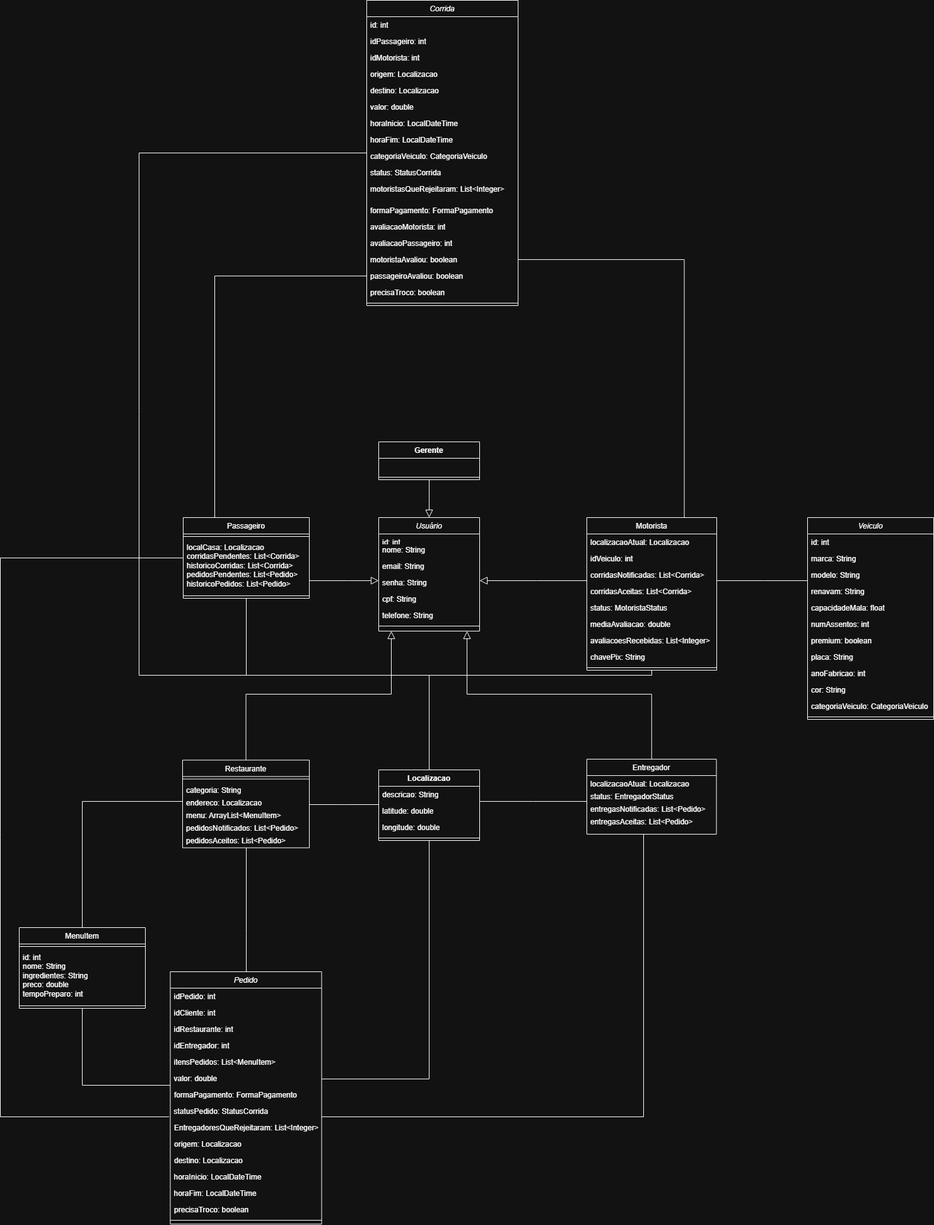
This is documentação/DiagramaClasse.drawio.png from LucasnProg/UberPB, a draw.io export, as it was before one commit. Source tidied: cells renumbered, new cells last; positions are measured from the earlier drawing's top-left corner, leaving out a move shared by most shapes.
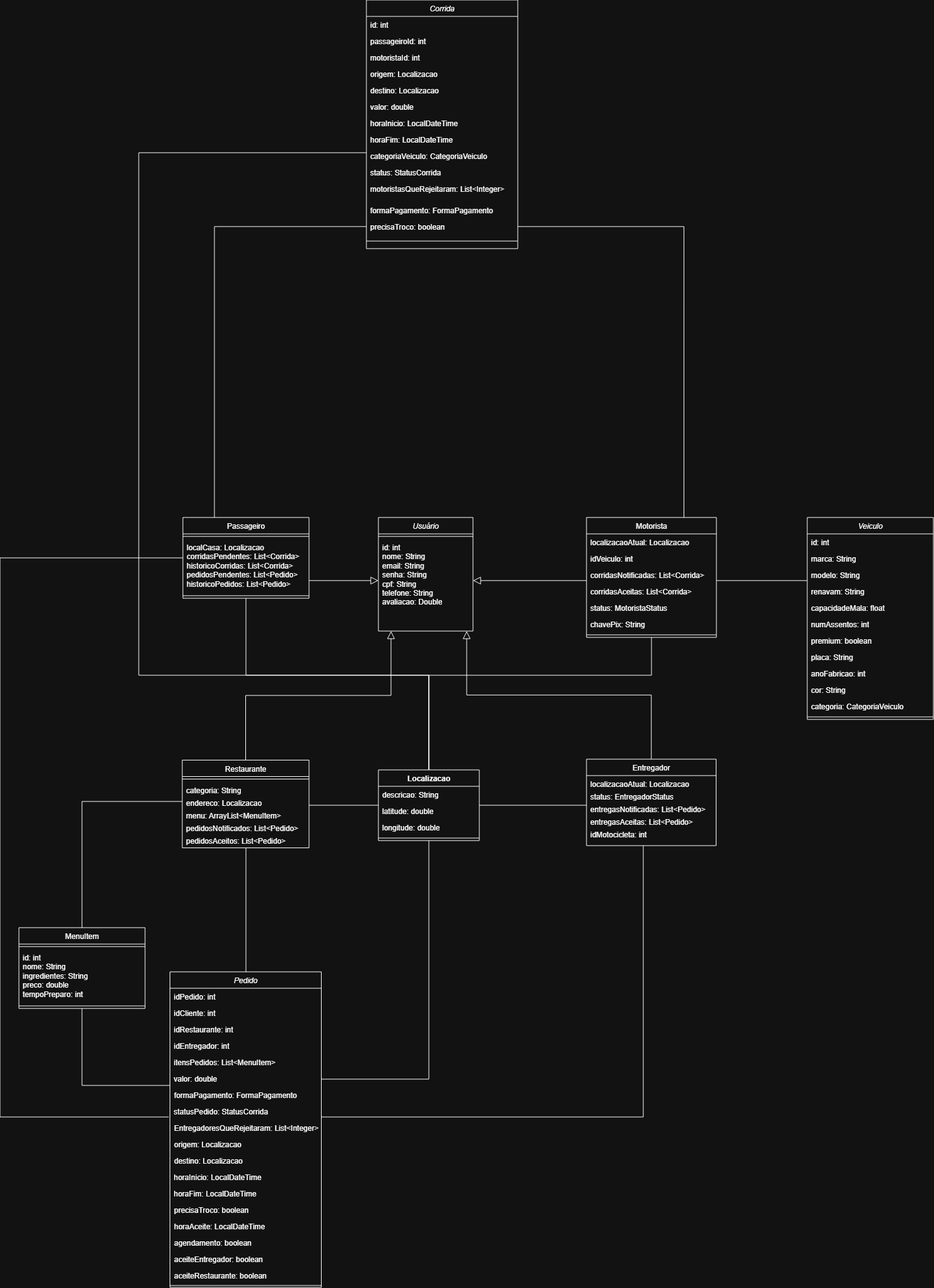
After the commit.

The edit, as a diff of the source:
```diff
@@ -24,29 +24,14 @@
       <mxGeometry y="114" width="201" height="16" as="geometry" />
     </mxCell>
     <mxCell id="9" value="Usuário" style="swimlane;fontStyle=2;align=center;verticalAlign=top;horizontal=1;startSize=26;rounded=0;shadow=0;strokeWidth=1;" parent="1" vertex="1">
-      <mxGeometry x="600" y="820" width="160" height="180" as="geometry" />
+      <mxGeometry x="600" y="820" width="150" height="180" as="geometry" />
     </mxCell>
-    <mxCell id="10" value="id: int" style="text;align=left;verticalAlign=top;spacingLeft=4;spacingRight=4;overflow=hidden;" parent="9" vertex="1">
-      <mxGeometry y="26" width="160" height="12" as="geometry" />
-    </mxCell>
-    <mxCell id="11" value="nome: String" style="text;align=left;verticalAlign=top;spacingLeft=4;spacingRight=4;overflow=hidden;rounded=0;shadow=0;html=0;" parent="9" vertex="1">
-      <mxGeometry y="38" width="160" height="26" as="geometry" />
-    </mxCell>
-    <mxCell id="12" value="email: String" style="text;align=left;verticalAlign=top;spacingLeft=4;spacingRight=4;overflow=hidden;rounded=0;shadow=0;html=0;" parent="9" vertex="1">
-      <mxGeometry y="64" width="160" height="26" as="geometry" />
-    </mxCell>
-    <mxCell id="13" value="senha: String" style="text;align=left;verticalAlign=top;spacingLeft=4;spacingRight=4;overflow=hidden;rounded=0;shadow=0;html=0;" parent="9" vertex="1">
-      <mxGeometry y="90" width="160" height="26" as="geometry" />
-    </mxCell>
-    <mxCell id="14" value="cpf: String" style="text;align=left;verticalAlign=top;spacingLeft=4;spacingRight=4;overflow=hidden;rounded=0;shadow=0;html=0;" parent="9" vertex="1">
-      <mxGeometry y="116" width="160" height="26" as="geometry" />
-    </mxCell>
-    <mxCell id="15" value="telefone: String" style="text;align=left;verticalAlign=top;spacingLeft=4;spacingRight=4;overflow=hidden;rounded=0;shadow=0;html=0;" parent="9" vertex="1">
-      <mxGeometry y="142" width="160" height="26" as="geometry" />
-    </mxCell>
     <mxCell id="16" style="line;html=1;strokeWidth=1;align=left;verticalAlign=middle;spacingTop=-1;spacingLeft=3;spacingRight=3;labelPosition=right;" parent="9" vertex="1">
-      <mxGeometry y="168" width="160" height="8" as="geometry" />
+      <mxGeometry y="26" width="150" height="8" as="geometry" />
     </mxCell>
+    <mxCell id="115" value="id: int&lt;div&gt;nome: String&lt;/div&gt;&lt;div&gt;email: String&lt;/div&gt;&lt;div&gt;senha: String&lt;/div&gt;&lt;div&gt;cpf: String&lt;/div&gt;&lt;div&gt;telefone: String&lt;/div&gt;&lt;div&gt;avaliacao: Double&lt;/div&gt;&lt;div&gt;&lt;br&gt;&lt;/div&gt;" style="text;strokeColor=none;fillColor=none;align=left;verticalAlign=top;spacingLeft=4;spacingRight=4;overflow=hidden;whiteSpace=wrap;html=1;" parent="9" vertex="1">
+      <mxGeometry y="34" width="150" height="146" as="geometry" />
+    </mxCell>
     <mxCell id="17" value="Passageiro" style="swimlane;fontStyle=0;align=center;verticalAlign=top;horizontal=1;startSize=26;rounded=0;shadow=0;strokeWidth=1;" parent="1" vertex="1">
       <mxGeometry x="290" y="820" width="200" height="128" as="geometry" />
     </mxCell>
@@ -67,7 +52,7 @@
       </mxGeometry>
     </mxCell>
     <mxCell id="22" value="Motorista" style="swimlane;fontStyle=0;align=center;verticalAlign=top;horizontal=1;startSize=26;rounded=0;shadow=0;strokeWidth=1;" parent="1" vertex="1">
-      <mxGeometry x="930" y="820" width="206" height="242" as="geometry" />
+      <mxGeometry x="930" y="820" width="206" height="190" as="geometry" />
     </mxCell>
     <mxCell id="23" value="localizacaoAtual: Localizacao" style="text;align=left;verticalAlign=top;spacingLeft=4;spacingRight=4;overflow=hidden;" parent="22" vertex="1">
       <mxGeometry y="26" width="206" height="26" as="geometry" />
@@ -84,31 +69,22 @@
     <mxCell id="27" value="status: MotoristaStatus" style="text;strokeColor=none;fillColor=none;align=left;verticalAlign=top;spacingLeft=4;spacingRight=4;overflow=hidden;whiteSpace=wrap;html=1;" parent="22" vertex="1">
       <mxGeometry y="130" width="206" height="26" as="geometry" />
     </mxCell>
-    <mxCell id="28" value="mediaAvaliacao: double" style="text;strokeColor=none;fillColor=none;align=left;verticalAlign=top;spacingLeft=4;spacingRight=4;overflow=hidden;whiteSpace=wrap;html=1;" parent="22" vertex="1">
-      <mxGeometry y="156" width="206" height="26" as="geometry" />
-    </mxCell>
-    <mxCell id="29" value="avaliacoesRecebidas: List&amp;lt;Integer&amp;gt;" style="text;strokeColor=none;fillColor=none;align=left;verticalAlign=top;spacingLeft=4;spacingRight=4;overflow=hidden;whiteSpace=wrap;html=1;" parent="22" vertex="1">
-      <mxGeometry y="182" width="206" height="26" as="geometry" />
-    </mxCell>
     <mxCell id="30" value="chavePix: String" style="text;strokeColor=none;fillColor=none;align=left;verticalAlign=top;spacingLeft=4;spacingRight=4;overflow=hidden;whiteSpace=wrap;html=1;" parent="22" vertex="1">
-      <mxGeometry y="208" width="206" height="26" as="geometry" />
+      <mxGeometry y="156" width="206" height="26" as="geometry" />
     </mxCell>
     <mxCell id="31" style="line;html=1;strokeWidth=1;align=left;verticalAlign=middle;spacingTop=-1;spacingLeft=3;spacingRight=3;labelPosition=right;" parent="22" vertex="1">
-      <mxGeometry y="234" width="206" height="8" as="geometry" />
+      <mxGeometry y="182" width="206" height="8" as="geometry" />
     </mxCell>
-    <mxCell id="32" style="endArrow=block;endSize=10;endFill=0;shadow=0;strokeWidth=1;rounded=0;curved=0;edgeStyle=elbowEdgeStyle;elbow=vertical;" parent="1" edge="1" source="72" target="9">
-      <mxGeometry relative="1" as="geometry" />
-    </mxCell>
     <mxCell id="33" value="Corrida" style="swimlane;fontStyle=2;align=center;verticalAlign=top;horizontal=1;startSize=26;rounded=0;shadow=0;strokeWidth=1;" parent="1" vertex="1">
-      <mxGeometry x="581" width="240" height="484" as="geometry" />
+      <mxGeometry x="581" width="240" height="394" as="geometry" />
     </mxCell>
     <mxCell id="34" value="id: int" style="text;align=left;verticalAlign=top;spacingLeft=4;spacingRight=4;overflow=hidden;" parent="33" vertex="1">
       <mxGeometry y="26" width="240" height="26" as="geometry" />
     </mxCell>
-    <mxCell id="35" value="idPassageiro: int" style="text;align=left;verticalAlign=top;spacingLeft=4;spacingRight=4;overflow=hidden;rounded=0;shadow=0;html=0;" parent="33" vertex="1">
+    <mxCell id="35" value="passageiroId: int" style="text;align=left;verticalAlign=top;spacingLeft=4;spacingRight=4;overflow=hidden;rounded=0;shadow=0;html=0;" parent="33" vertex="1">
       <mxGeometry y="52" width="240" height="26" as="geometry" />
     </mxCell>
-    <mxCell id="36" value="idMotorista: int" style="text;align=left;verticalAlign=top;spacingLeft=4;spacingRight=4;overflow=hidden;rounded=0;shadow=0;html=0;" parent="33" vertex="1">
+    <mxCell id="36" value="motoristaId: int" style="text;align=left;verticalAlign=top;spacingLeft=4;spacingRight=4;overflow=hidden;rounded=0;shadow=0;html=0;" parent="33" vertex="1">
       <mxGeometry y="78" width="240" height="26" as="geometry" />
     </mxCell>
     <mxCell id="37" value="origem: Localizacao" style="text;align=left;verticalAlign=top;spacingLeft=4;spacingRight=4;overflow=hidden;rounded=0;shadow=0;html=0;" parent="33" vertex="1">
@@ -138,23 +114,11 @@
     <mxCell id="45" value="formaPagamento: FormaPagamento" style="text;strokeColor=none;fillColor=none;align=left;verticalAlign=top;spacingLeft=4;spacingRight=4;overflow=hidden;whiteSpace=wrap;html=1;" parent="33" vertex="1">
       <mxGeometry y="320" width="240" height="26" as="geometry" />
     </mxCell>
-    <mxCell id="46" value="avaliacaoMotorista: int" style="text;strokeColor=none;fillColor=none;align=left;verticalAlign=top;spacingLeft=4;spacingRight=4;overflow=hidden;whiteSpace=wrap;html=1;" parent="33" vertex="1">
-      <mxGeometry y="346" width="240" height="26" as="geometry" />
-    </mxCell>
-    <mxCell id="47" value="avaliacaoPassageiro: int" style="text;strokeColor=none;fillColor=none;align=left;verticalAlign=top;spacingLeft=4;spacingRight=4;overflow=hidden;whiteSpace=wrap;html=1;" parent="33" vertex="1">
-      <mxGeometry y="372" width="240" height="26" as="geometry" />
-    </mxCell>
-    <mxCell id="48" value="motoristaAvaliou: boolean" style="text;strokeColor=none;fillColor=none;align=left;verticalAlign=top;spacingLeft=4;spacingRight=4;overflow=hidden;points=[[0,0.5],[1,0.5]];portConstraint=eastwest;whiteSpace=wrap;html=1;" parent="33" vertex="1">
-      <mxGeometry y="398" width="240" height="26" as="geometry" />
-    </mxCell>
-    <mxCell id="49" value="passageiroAvaliou: boolean" style="text;strokeColor=none;fillColor=none;align=left;verticalAlign=top;spacingLeft=4;spacingRight=4;overflow=hidden;points=[[0,0.5],[1,0.5]];portConstraint=eastwest;whiteSpace=wrap;html=1;" parent="33" vertex="1">
-      <mxGeometry y="424" width="240" height="26" as="geometry" />
-    </mxCell>
     <mxCell id="50" value="precisaTroco: boolean" style="text;strokeColor=none;fillColor=none;align=left;verticalAlign=top;spacingLeft=4;spacingRight=4;overflow=hidden;whiteSpace=wrap;html=1;" parent="33" vertex="1">
-      <mxGeometry y="450" width="240" height="26" as="geometry" />
+      <mxGeometry y="346" width="240" height="24" as="geometry" />
     </mxCell>
     <mxCell id="51" style="line;html=1;strokeWidth=1;align=left;verticalAlign=middle;spacingTop=-1;spacingLeft=3;spacingRight=3;labelPosition=right;" parent="33" vertex="1">
-      <mxGeometry y="476" width="240" height="8" as="geometry" />
+      <mxGeometry y="370" width="240" height="24" as="geometry" />
     </mxCell>
     <mxCell id="52" value="Veiculo" style="swimlane;fontStyle=2;align=center;verticalAlign=top;horizontal=1;startSize=26;rounded=0;shadow=0;strokeWidth=1;" parent="1" vertex="1">
       <mxGeometry x="1280" y="820" width="200" height="320" as="geometry" />
@@ -189,7 +153,7 @@
     <mxCell id="62" value="cor: String" style="text;align=left;verticalAlign=top;spacingLeft=4;spacingRight=4;overflow=hidden;rounded=0;shadow=0;html=0;" parent="52" vertex="1">
       <mxGeometry y="260" width="200" height="26" as="geometry" />
     </mxCell>
-    <mxCell id="63" value="categoriaVeiculo: CategoriaVeiculo" style="text;align=left;verticalAlign=top;spacingLeft=4;spacingRight=4;overflow=hidden;rounded=0;shadow=0;html=0;" parent="52" vertex="1">
+    <mxCell id="63" value="categoria: CategoriaVeiculo" style="text;align=left;verticalAlign=top;spacingLeft=4;spacingRight=4;overflow=hidden;rounded=0;shadow=0;html=0;" parent="52" vertex="1">
       <mxGeometry y="286" width="200" height="26" as="geometry" />
     </mxCell>
     <mxCell id="64" style="line;html=1;strokeWidth=1;align=left;verticalAlign=middle;spacingTop=-1;spacingLeft=3;spacingRight=3;labelPosition=right;" parent="52" vertex="1">
@@ -210,23 +174,18 @@
     <mxCell id="69" style="line;strokeWidth=1;fillColor=none;align=left;verticalAlign=middle;spacingTop=-1;spacingLeft=3;spacingRight=3;labelPosition=right;strokeColor=inherit;" parent="65" vertex="1">
       <mxGeometry y="104" width="160" height="8" as="geometry" />
     </mxCell>
-    <mxCell id="70" style="endArrow=none;html=1;edgeStyle=orthogonalEdgeStyle;rounded=0;entryX=0.75;entryY=0;entryDx=0;entryDy=0;exitX=1;exitY=0.5;exitDx=0;exitDy=0;" parent="1" edge="1" source="48" target="22">
-      <mxGeometry relative="1" as="geometry" />
+    <mxCell id="70" style="endArrow=none;html=1;edgeStyle=orthogonalEdgeStyle;rounded=0;entryX=0.75;entryY=0;entryDx=0;entryDy=0;exitX=1;exitY=0.5;exitDx=0;exitDy=0;" parent="1" edge="1" target="22">
+      <mxGeometry relative="1" as="geometry">
+        <mxPoint x="821" y="359" as="sourcePoint" />
+      </mxGeometry>
     </mxCell>
-    <mxCell id="71" style="endArrow=none;html=1;edgeStyle=orthogonalEdgeStyle;rounded=0;entryX=0.25;entryY=0;entryDx=0;entryDy=0;exitX=0;exitY=0.5;exitDx=0;exitDy=0;" parent="1" edge="1" source="49" target="17">
-      <mxGeometry relative="1" as="geometry" />
+    <mxCell id="71" style="endArrow=none;html=1;edgeStyle=orthogonalEdgeStyle;rounded=0;entryX=0.25;entryY=0;entryDx=0;entryDy=0;exitX=0;exitY=0.5;exitDx=0;exitDy=0;" parent="1" edge="1" target="17">
+      <mxGeometry relative="1" as="geometry">
+        <mxPoint x="581" y="359" as="sourcePoint" />
+      </mxGeometry>
     </mxCell>
-    <mxCell id="72" value="Gerente" style="swimlane;fontStyle=1;align=center;verticalAlign=top;horizontal=1;startSize=26;whiteSpace=wrap;html=1;" parent="1" vertex="1">
-      <mxGeometry x="600" y="700" width="160" height="60" as="geometry" />
-    </mxCell>
-    <mxCell id="73" value="&amp;nbsp; &amp;nbsp; &amp;nbsp;" style="text;strokeColor=none;fillColor=none;align=left;verticalAlign=top;spacingLeft=4;spacingRight=4;overflow=hidden;whiteSpace=wrap;html=1;" parent="72" vertex="1">
-      <mxGeometry y="26" width="160" height="26" as="geometry" />
-    </mxCell>
-    <mxCell id="74" style="line;strokeWidth=1;fillColor=none;align=left;verticalAlign=middle;spacingTop=-1;spacingLeft=3;spacingRight=3;labelPosition=right;strokeColor=inherit;" parent="72" vertex="1">
-      <mxGeometry y="52" width="160" height="8" as="geometry" />
-    </mxCell>
     <mxCell id="75" value="Entregador" style="swimlane;fontStyle=0;align=center;verticalAlign=top;horizontal=1;startSize=26;rounded=0;shadow=0;strokeWidth=1;" parent="1" vertex="1">
-      <mxGeometry x="930" y="1203" width="205.5" height="119" as="geometry" />
+      <mxGeometry x="930" y="1203" width="205.5" height="137" as="geometry" />
     </mxCell>
     <mxCell id="76" value="localizacaoAtual: Localizacao&#10;" style="text;align=left;verticalAlign=top;spacingLeft=4;spacingRight=4;overflow=hidden;" parent="75" vertex="1">
       <mxGeometry y="26" width="205.5" height="20" as="geometry" />
@@ -240,8 +199,11 @@
     <mxCell id="79" value="entregasAceitas: List&lt;Pedido&gt;" style="text;align=left;verticalAlign=top;spacingLeft=4;spacingRight=4;overflow=hidden;" parent="75" vertex="1">
       <mxGeometry y="86" width="205.5" height="20" as="geometry" />
     </mxCell>
+    <mxCell id="116" value="idMotocicleta: int" style="text;align=left;verticalAlign=top;spacingLeft=4;spacingRight=4;overflow=hidden;" parent="75" vertex="1">
+      <mxGeometry y="106" width="205.5" height="20" as="geometry" />
+    </mxCell>
     <mxCell id="80" value="Pedido" style="swimlane;fontStyle=2;align=center;verticalAlign=top;horizontal=1;startSize=26;rounded=0;shadow=0;strokeWidth=1;" parent="1" vertex="1">
-      <mxGeometry x="269.5" y="1540" width="240" height="400" as="geometry" />
+      <mxGeometry x="269.5" y="1540" width="240" height="500" as="geometry" />
     </mxCell>
     <mxCell id="81" value="idPedido: int" style="text;align=left;verticalAlign=top;spacingLeft=4;spacingRight=4;overflow=hidden;" parent="80" vertex="1">
       <mxGeometry y="26" width="240" height="26" as="geometry" />
@@ -285,8 +247,20 @@
     <mxCell id="94" value="precisaTroco: boolean" style="text;strokeColor=none;fillColor=none;align=left;verticalAlign=top;spacingLeft=4;spacingRight=4;overflow=hidden;whiteSpace=wrap;html=1;" parent="80" vertex="1">
       <mxGeometry y="364" width="240" height="26" as="geometry" />
     </mxCell>
+    <mxCell id="117" value="horaAceite: LocalDateTime" style="text;strokeColor=none;fillColor=none;align=left;verticalAlign=top;spacingLeft=4;spacingRight=4;overflow=hidden;whiteSpace=wrap;html=1;" parent="80" vertex="1">
+      <mxGeometry y="390" width="240" height="26" as="geometry" />
+    </mxCell>
+    <mxCell id="118" value="agendamento: boolean&lt;div&gt;&lt;br&gt;&lt;/div&gt;" style="text;strokeColor=none;fillColor=none;align=left;verticalAlign=top;spacingLeft=4;spacingRight=4;overflow=hidden;whiteSpace=wrap;html=1;" parent="80" vertex="1">
+      <mxGeometry y="416" width="240" height="26" as="geometry" />
+    </mxCell>
+    <mxCell id="119" value="aceiteEntregador: boolean&lt;div&gt;&lt;br&gt;&lt;/div&gt;" style="text;strokeColor=none;fillColor=none;align=left;verticalAlign=top;spacingLeft=4;spacingRight=4;overflow=hidden;whiteSpace=wrap;html=1;" parent="80" vertex="1">
+      <mxGeometry y="442" width="240" height="26" as="geometry" />
+    </mxCell>
+    <mxCell id="120" value="aceiteRestaurante: boolean&lt;div&gt;&lt;br&gt;&lt;/div&gt;" style="text;strokeColor=none;fillColor=none;align=left;verticalAlign=top;spacingLeft=4;spacingRight=4;overflow=hidden;whiteSpace=wrap;html=1;" parent="80" vertex="1">
+      <mxGeometry y="468" width="240" height="26" as="geometry" />
+    </mxCell>
     <mxCell id="95" style="line;html=1;strokeWidth=1;align=left;verticalAlign=middle;spacingTop=-1;spacingLeft=3;spacingRight=3;labelPosition=right;" parent="80" vertex="1">
-      <mxGeometry y="390" width="240" height="8" as="geometry" />
+      <mxGeometry y="494" width="240" height="6" as="geometry" />
     </mxCell>
     <mxCell id="96" style="endArrow=block;endSize=10;endFill=0;shadow=0;strokeWidth=1;rounded=0;curved=0;edgeStyle=elbowEdgeStyle;elbow=vertical;" parent="1" edge="1" source="22" target="9">
       <mxGeometry relative="1" as="geometry">
```
